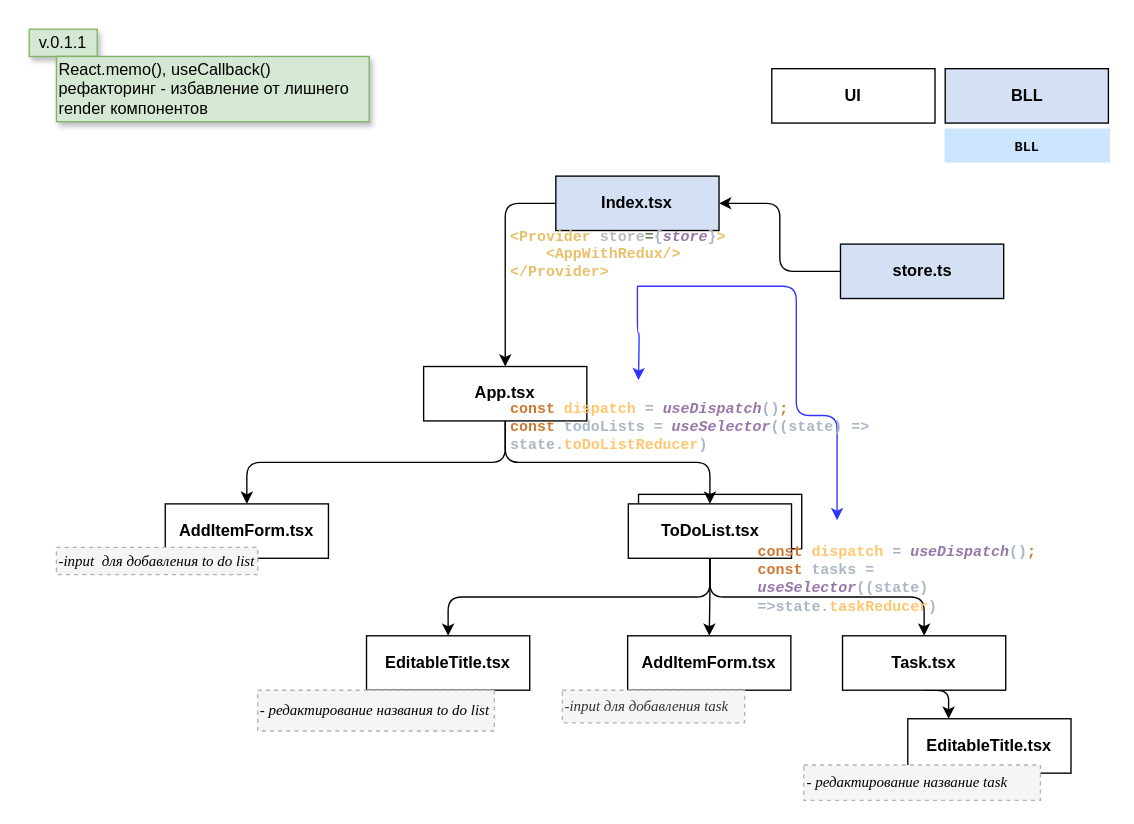
Above: page "Page-2" (2 of 2) of ToDoList.drawio in AndrosovMA/ToDoList (draw.io), before the change. Source tidied: cells renumbered, new cells numbered last; positions are measured from the earlier drawing's top-left corner, leaving out a move shared by most shapes. Both pictures are drawn from the tidied source at 136%, with x=0, y=0 at pixel (29, 29).
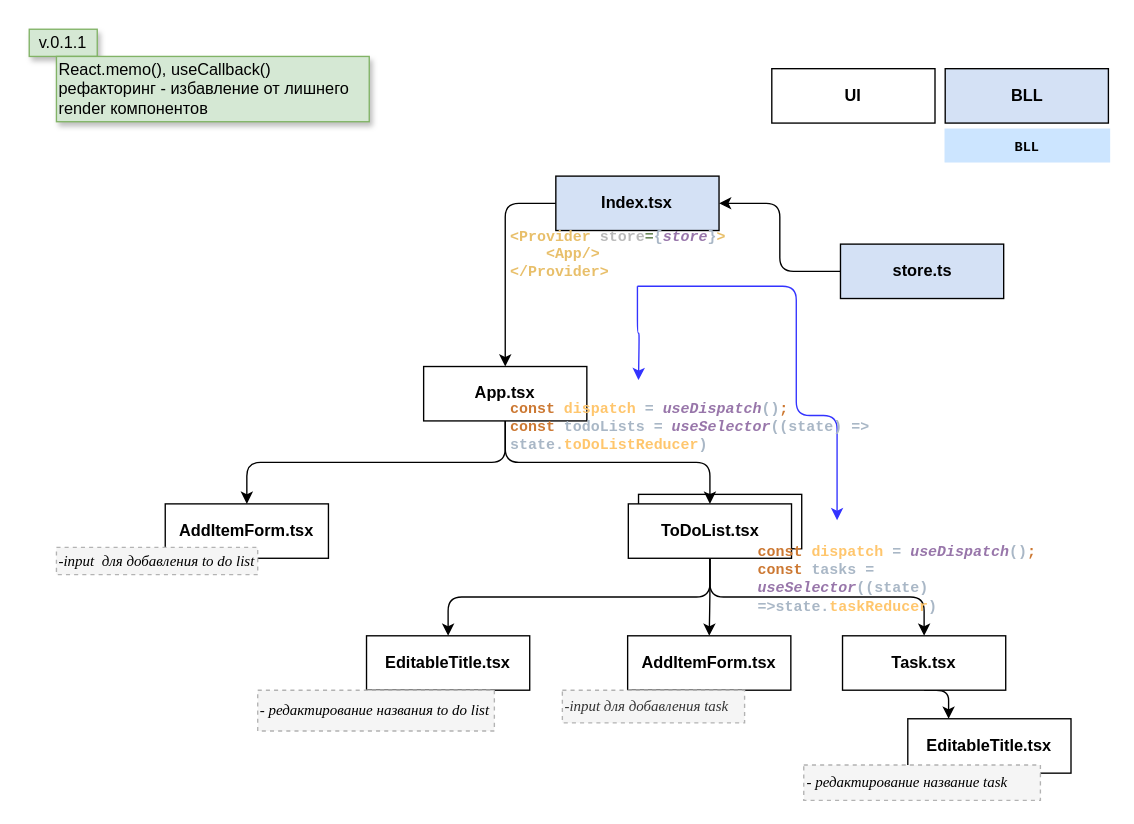
The same diagram, later.

Diff of the diagram source:
```diff
@@
-    <mxCell id="25" value="&lt;pre style=&quot;color: rgb(169 , 183 , 198) ; font-family: &amp;#34;jetbrains mono&amp;#34; , monospace ; font-size: 11px&quot;&gt;&lt;b&gt;&lt;span style=&quot;color: rgb(232 , 191 , 106)&quot;&gt;&amp;lt;Provider &lt;/span&gt;&lt;span style=&quot;color: rgb(186 , 186 , 186)&quot;&gt;store&lt;/span&gt;&lt;span style=&quot;color: rgb(106 , 135 , 89)&quot;&gt;=&lt;/span&gt;{&lt;span style=&quot;color: rgb(152 , 118 , 170) ; font-style: italic&quot;&gt;store&lt;/span&gt;}&lt;span style=&quot;color: rgb(232 , 191 , 106)&quot;&gt;&amp;gt;&lt;br&gt;&lt;/span&gt;&lt;span style=&quot;color: rgb(232 , 191 , 106)&quot;&gt;    &amp;lt;AppWithRedux/&amp;gt;&lt;br&gt;&lt;/span&gt;&lt;span style=&quot;color: rgb(232 , 191 , 106)&quot;&gt;&amp;lt;/Provider&amp;gt;&lt;/span&gt;&lt;/b&gt;&lt;/pre&gt;" style="text;whiteSpace=wrap;html=1;" parent="1" vertex="1">
+    <mxCell id="25" value="&lt;pre style=&quot;color: rgb(169 , 183 , 198) ; font-family: &amp;#34;jetbrains mono&amp;#34; , monospace ; font-size: 11px&quot;&gt;&lt;b&gt;&lt;span style=&quot;color: rgb(232 , 191 , 106)&quot;&gt;&amp;lt;Provider &lt;/span&gt;&lt;span style=&quot;color: rgb(186 , 186 , 186)&quot;&gt;store&lt;/span&gt;&lt;span style=&quot;color: rgb(106 , 135 , 89)&quot;&gt;=&lt;/span&gt;{&lt;span style=&quot;color: rgb(152 , 118 , 170) ; font-style: italic&quot;&gt;store&lt;/span&gt;}&lt;span style=&quot;color: rgb(232 , 191 , 106)&quot;&gt;&amp;gt;&lt;br&gt;&lt;/span&gt;&lt;span style=&quot;color: rgb(232 , 191 , 106)&quot;&gt;    &amp;lt;App/&amp;gt;&lt;br&gt;&lt;/span&gt;&lt;span style=&quot;color: rgb(232 , 191 , 106)&quot;&gt;&amp;lt;/Provider&amp;gt;&lt;/span&gt;&lt;/b&gt;&lt;/pre&gt;" style="text;whiteSpace=wrap;html=1;" parent="1" vertex="1">
       <mxGeometry x="352.2" y="129" width="190" height="60" as="geometry" />
     </mxCell>
```
